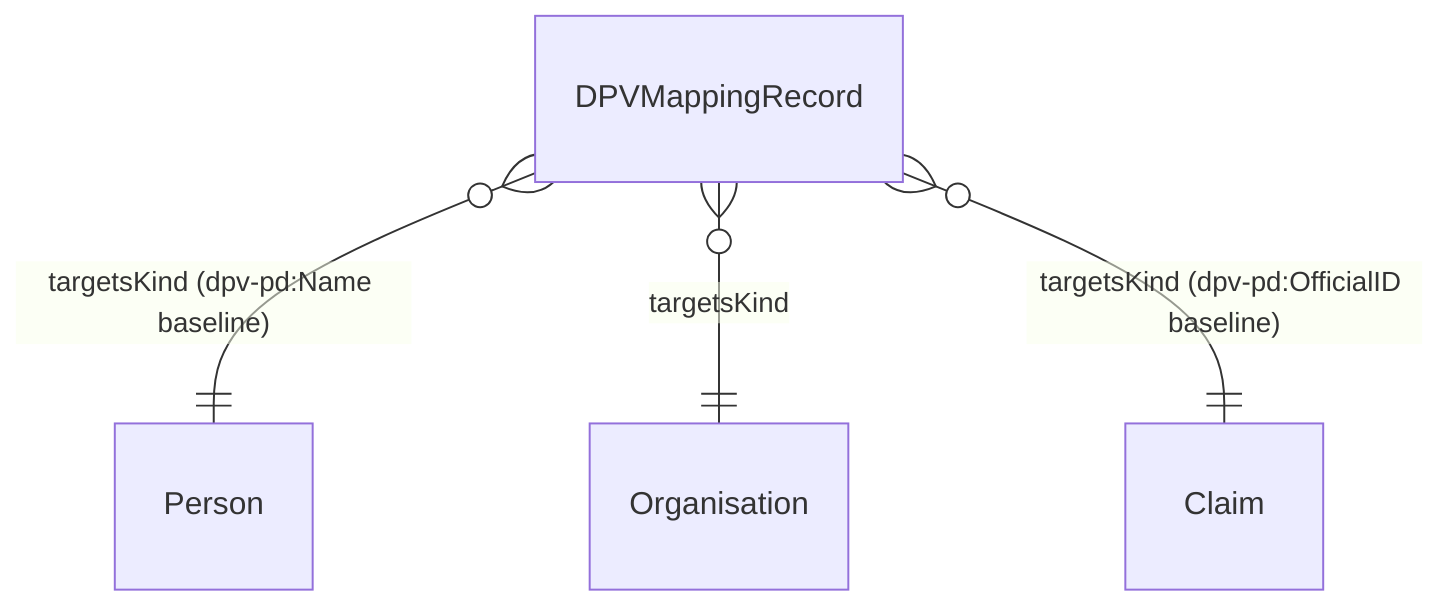
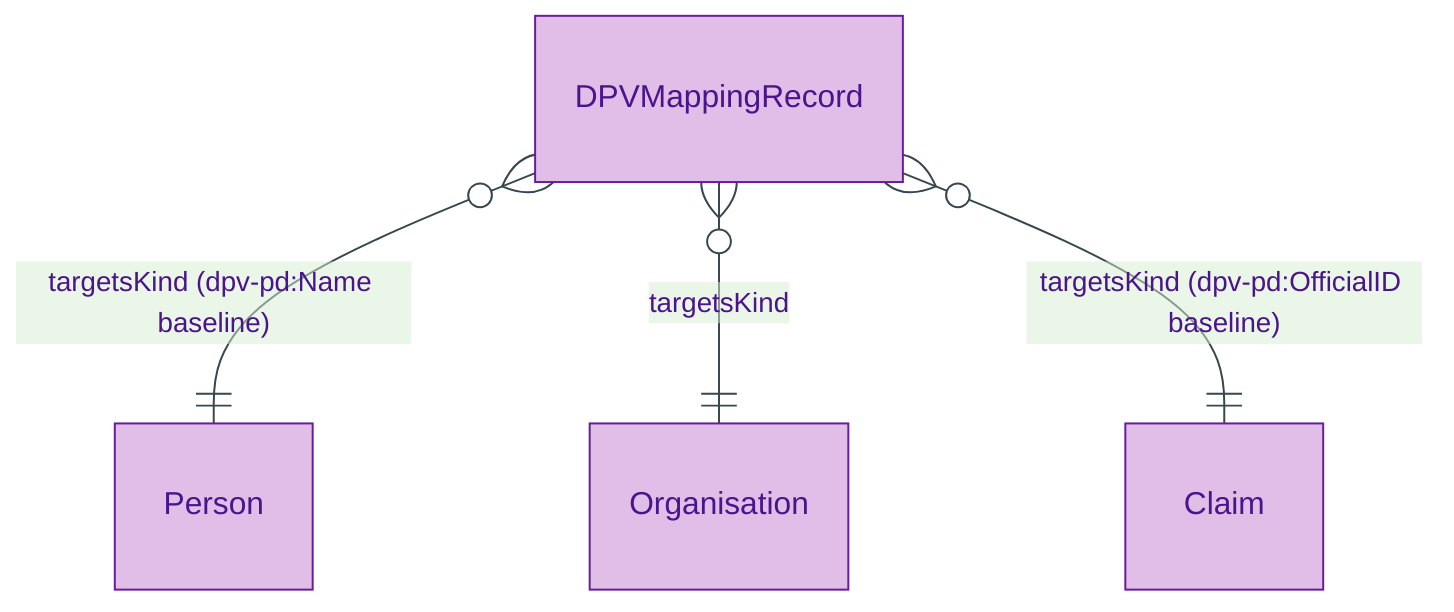
+ %%{init: {"theme": "base", "themeVariables": {"primaryColor": "#E1BEE7", "primaryTextColor": "#4A148C", "primaryBorderColor": "#6A1B9A", "lineColor": "#37474F"}}}%%
erDiagram
+     accTitle: Governance Module — Entity-Relationship Diagram
+     accDescr: DPV mapping records binding OPDA Kinds (Person, Organisation, Claim) to their DPV-PD baseline personal-data categories plus the SpecialCategoryScheme declaration.
+ 
    DPVMappingRecord }o--|| Person : "targetsKind (dpv-pd:Name baseline)"
    DPVMappingRecord }o--|| Organisation : "targetsKind"
    DPVMappingRecord }o--|| Claim : "targetsKind (dpv-pd:OfficialID baseline)"
